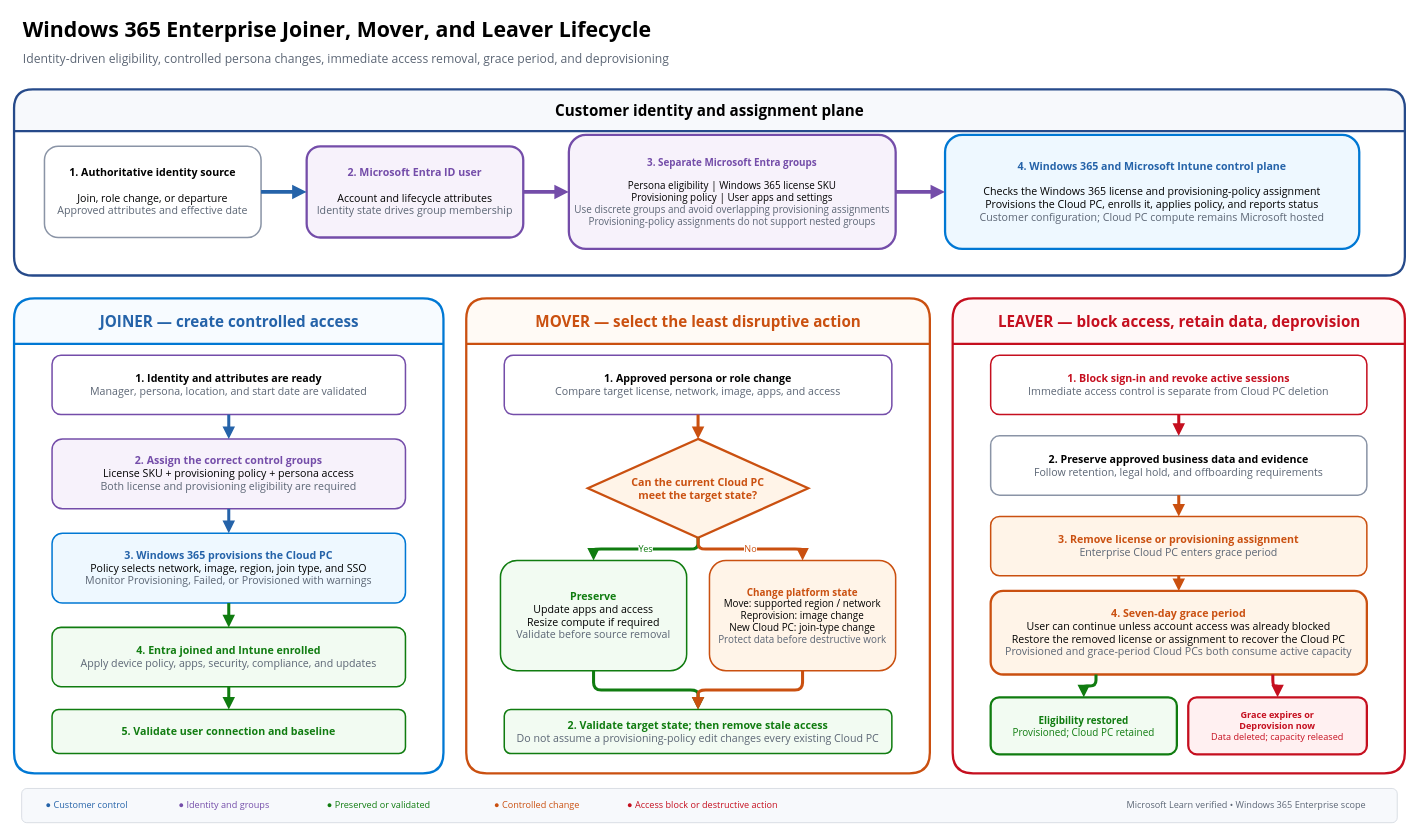
Earlier version of the draw.io diagram architecture/diagrams/source/09-joiner-mover-leaver-lifecycle.drawio (AddySidd27/Windows365-enterprise-engineering). Source tidied: cells renumbered, new cells numbered last; positions are measured from the earlier drawing's top-left corner, leaving out a move shared by most shapes. Both pictures are drawn from the tidied source at 76%, with x=0, y=0 at pixel (14, 13).
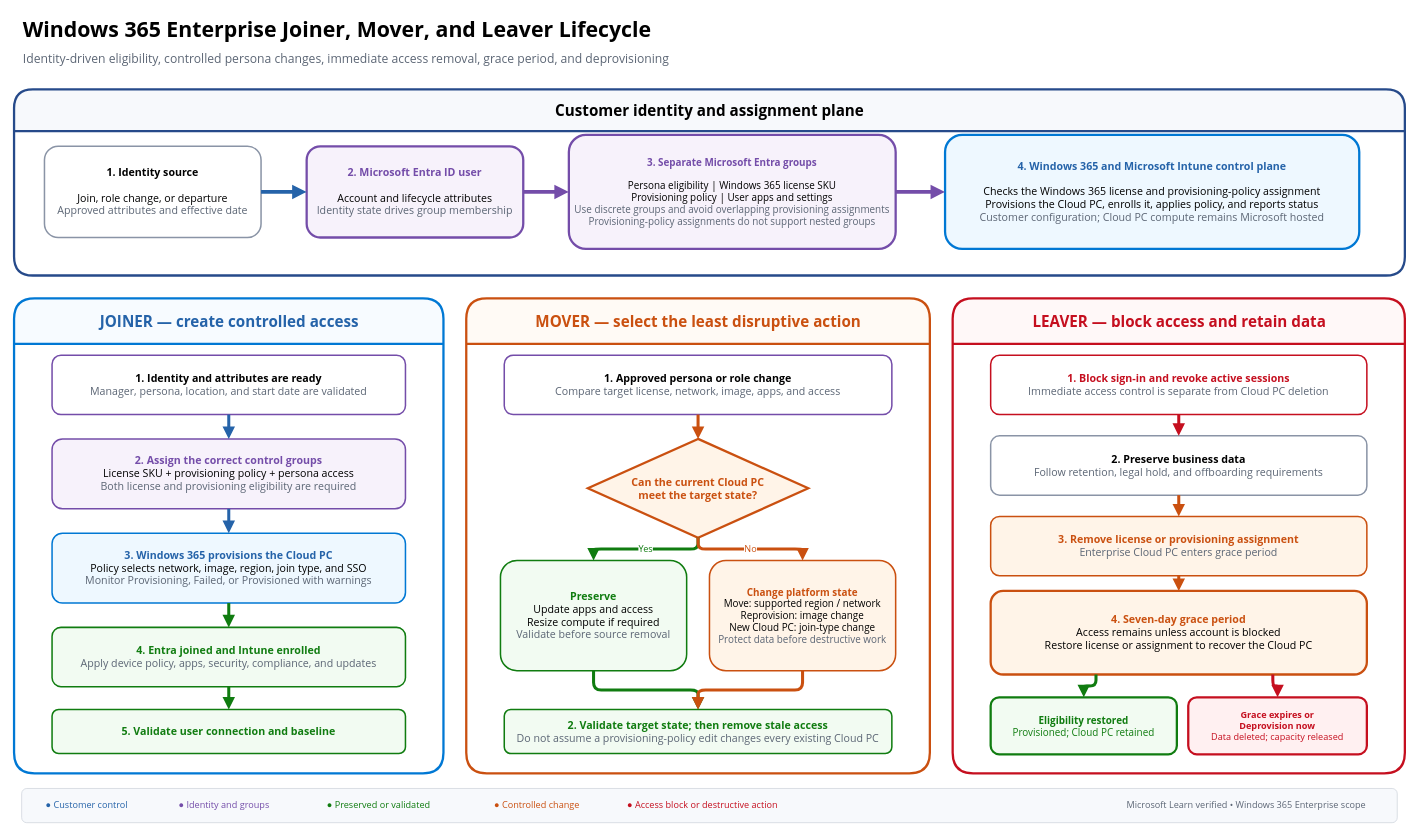
After the change.

Commit message (it also covers changes not shown here):
Refine editable identity and lifecycle diagrams

Change to the diagram source:
```diff
@@
-    <mxCell id="4" value="&lt;b&gt;1. Authoritative identity source&lt;/b&gt;&lt;br&gt;&lt;br&gt;Join, role change, or departure&lt;br&gt;&lt;font color='#5C6675'&gt;Approved attributes and effective date&lt;/font&gt;" style="rounded=1;whiteSpace=wrap;html=1;fontFamily=Segoe UI;fontSize=14;fillColor=#FFFFFF;strokeColor=#8A94A6;strokeWidth=2;" parent="1" vertex="1">
+    <mxCell id="4" value="&lt;b&gt;1. Identity source&lt;/b&gt;&lt;br&gt;&lt;br&gt;Join, role change, or departure&lt;br&gt;&lt;font color='#5C6675'&gt;Approved attributes and effective date&lt;/font&gt;" style="rounded=1;whiteSpace=wrap;html=1;fontFamily=Segoe UI;fontSize=14;fillColor=#FFFFFF;strokeColor=#8A94A6;strokeWidth=2;" parent="1" vertex="1">
       <mxGeometry x="40" y="175" width="285" height="120" as="geometry" />
     </mxCell>
@@
-    <mxCell id="32" value="&lt;b&gt;&lt;font color='#C50F1F'&gt;LEAVER — block access, retain data, deprovision&lt;/font&gt;&lt;/b&gt;" style="swimlane;html=1;rounded=1;startSize=60;fontFamily=Segoe UI;fontSize=20;fontStyle=1;fillColor=#FFF8F8;strokeColor=#C50F1F;strokeWidth=3;horizontal=1;" parent="1" vertex="1">
+    <mxCell id="32" value="&lt;b&gt;&lt;font color='#C50F1F'&gt;LEAVER — block access and retain data&lt;/font&gt;&lt;/b&gt;" style="swimlane;html=1;rounded=1;startSize=60;fontFamily=Segoe UI;fontSize=20;fontStyle=1;fillColor=#FFF8F8;strokeColor=#C50F1F;strokeWidth=3;horizontal=1;" parent="1" vertex="1">
       <mxGeometry x="1235" y="375" width="595" height="625" as="geometry" />
     </mxCell>
@@
-    <mxCell id="34" value="&lt;b&gt;2. Preserve approved business data and evidence&lt;/b&gt;&lt;br&gt;&lt;font color='#5C6675'&gt;Follow retention, legal hold, and offboarding requirements&lt;/font&gt;" style="rounded=1;whiteSpace=wrap;html=1;fontFamily=Segoe UI;fontSize=14;fillColor=#FFFFFF;strokeColor=#8A94A6;strokeWidth=2;" parent="1" vertex="1">
+    <mxCell id="34" value="&lt;b&gt;2. Preserve business data&lt;/b&gt;&lt;br&gt;&lt;font color='#5C6675'&gt;Follow retention, legal hold, and offboarding requirements&lt;/font&gt;" style="rounded=1;whiteSpace=wrap;html=1;fontFamily=Segoe UI;fontSize=14;fillColor=#FFFFFF;strokeColor=#8A94A6;strokeWidth=2;" parent="1" vertex="1">
       <mxGeometry x="1285" y="556" width="495" height="78" as="geometry" />
     </mxCell>
@@
-    <mxCell id="36" value="&lt;b&gt;&lt;font color='#CA5010'&gt;4. Seven-day grace period&lt;/font&gt;&lt;/b&gt;&lt;br&gt;User can continue unless account access was already blocked&lt;br&gt;Restore the removed license or assignment to recover the Cloud PC&lt;br&gt;&lt;font color='#5C6675'&gt;Provisioned and grace-period Cloud PCs both consume active capacity&lt;/font&gt;" style="rounded=1;whiteSpace=wrap;html=1;fontFamily=Segoe UI;fontSize=14;fillColor=#FFF4E8;strokeColor=#CA5010;strokeWidth=3;" parent="1" vertex="1">
+    <mxCell id="36" value="&lt;b&gt;&lt;font color='#CA5010'&gt;4. Seven-day grace period&lt;/font&gt;&lt;/b&gt;&lt;br&gt;Access remains unless account is blocked&lt;br&gt;Restore license or assignment to recover the Cloud PC" style="rounded=1;whiteSpace=wrap;html=1;fontFamily=Segoe UI;fontSize=14;fillColor=#FFF4E8;strokeColor=#CA5010;strokeWidth=3;" parent="1" vertex="1">
       <mxGeometry x="1285" y="760" width="495" height="110" as="geometry" />
     </mxCell>
```
